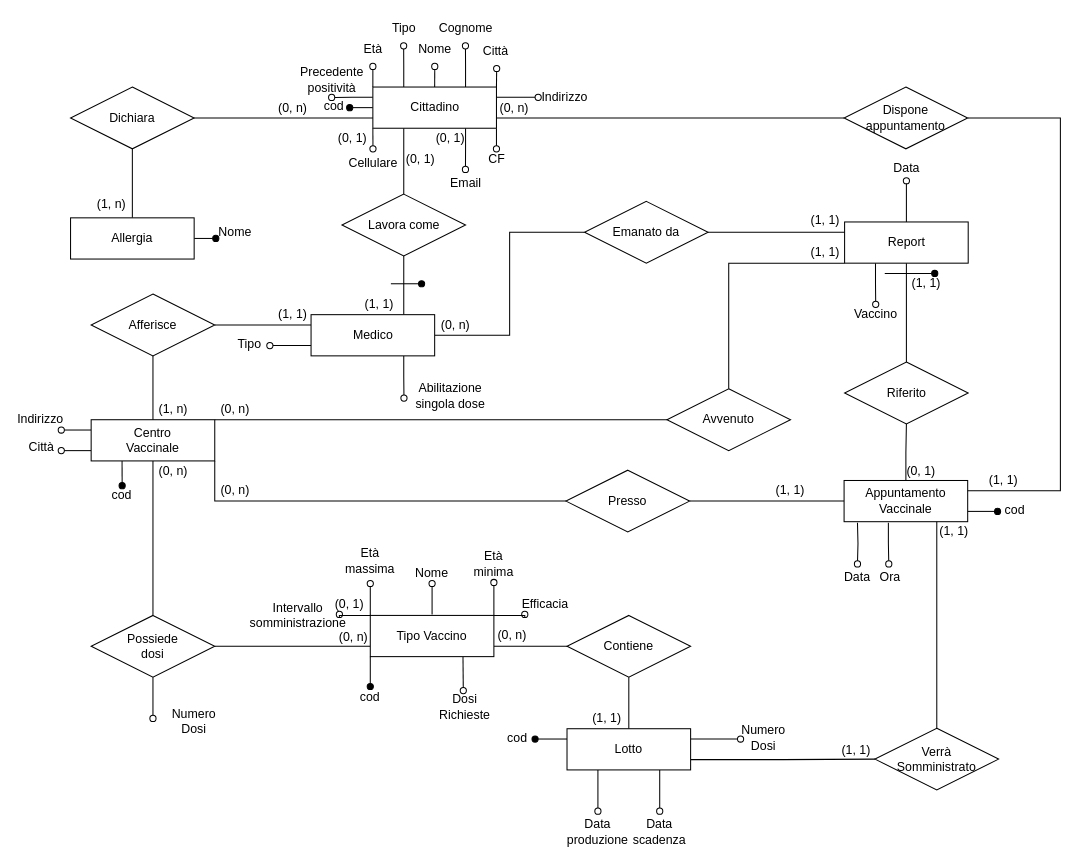
TheFlonet/DB keeps this draw.io diagram as page "ER-ristrutturato-4" (6 of 10) of ER.drawio. Above is the earlier version. Source tidied: cells renumbered, new cells numbered last; positions are measured from the earlier drawing's top-left corner, leaving out a move shared by most shapes. Both pictures are drawn from the tidied source at 103%, with x=0, y=0 at pixel (20, 18).
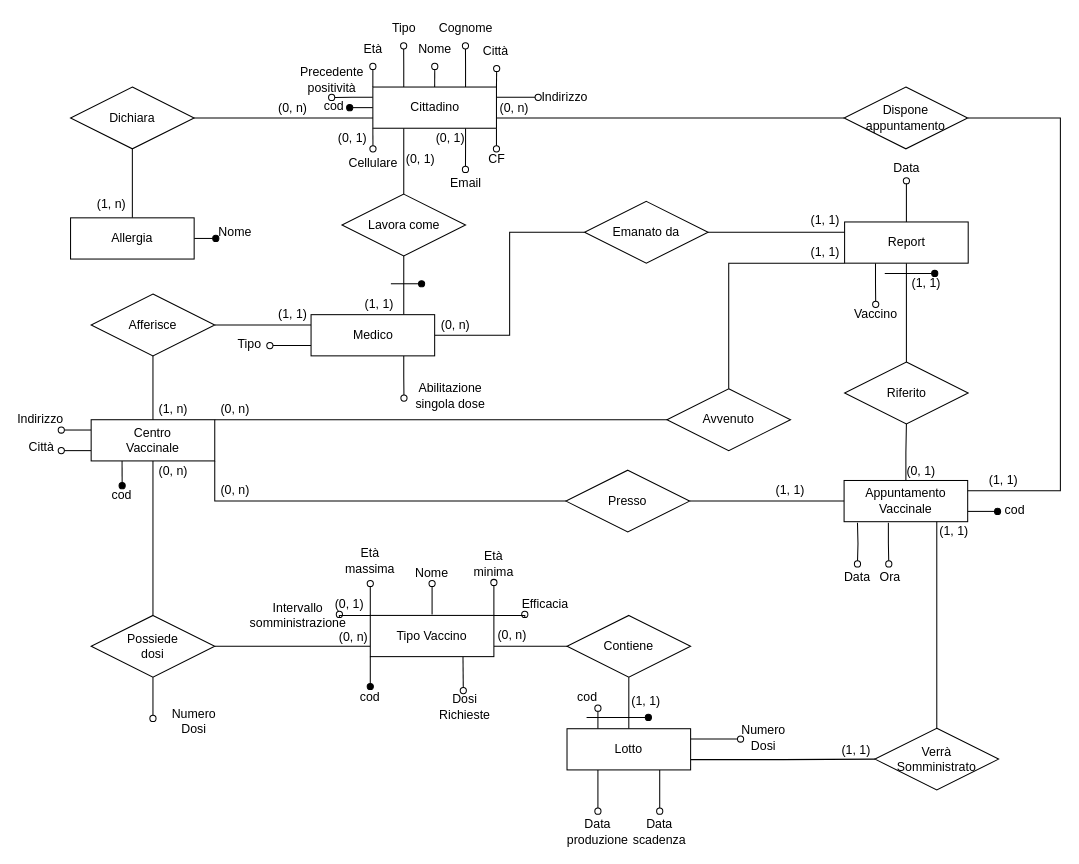
The same page after the edit.

Unchanged cells that the change refers to:
```xml
<mxCell id="33" value="Lotto" style="whiteSpace=wrap;html=1;align=center;" parent="1" vertex="1">
  <mxGeometry x="531" y="690" width="120" height="40" as="geometry" />
</mxCell>
```

Diff of the diagram source:
```diff
@@
-    <mxCell id="31" style="edgeStyle=orthogonalEdgeStyle;rounded=0;jumpSize=0;jettySize=auto;html=1;exitX=0;exitY=0.25;exitDx=0;exitDy=0;startArrow=none;startFill=0;endArrow=oval;endFill=1;" parent="1" edge="1" source="33">
+    <mxCell id="31" style="edgeStyle=orthogonalEdgeStyle;rounded=0;jumpSize=0;jettySize=auto;html=1;exitX=0.25;exitY=0;exitDx=0;exitDy=0;startArrow=none;startFill=0;endArrow=oval;endFill=0;" parent="1" edge="1" source="33">
       <mxGeometry relative="1" as="geometry">
-        <mxPoint x="500" y="700" as="targetPoint" />
+        <mxPoint x="561" y="670" as="targetPoint" />
       </mxGeometry>
     </mxCell>
@@
     <mxCell id="45" value="(1, 1)" style="text;html=1;strokeColor=none;fillColor=none;align=center;verticalAlign=middle;whiteSpace=wrap;rounded=0;" parent="1" vertex="1">
-      <mxGeometry x="550" y="670" width="40" height="20" as="geometry" />
+      <mxGeometry x="588" y="653" width="40" height="20" as="geometry" />
     </mxCell>
@@
     <mxCell id="136" value="cod" style="text;html=1;strokeColor=none;fillColor=none;align=center;verticalAlign=middle;whiteSpace=wrap;rounded=0;" parent="1" vertex="1">
-      <mxGeometry x="462.5" y="689" width="40" height="20" as="geometry" />
+      <mxGeometry x="531" y="650" width="40" height="20" as="geometry" />
     </mxCell>
@@
+    <mxCell id="138" style="endArrow=oval;html=1;endFill=1;" parent="1" edge="1">
+      <mxGeometry relative="1" as="geometry">
+        <mxPoint x="550" y="679" as="sourcePoint" />
+        <mxPoint x="610" y="679" as="targetPoint" />
+      </mxGeometry>
+    </mxCell>
```
